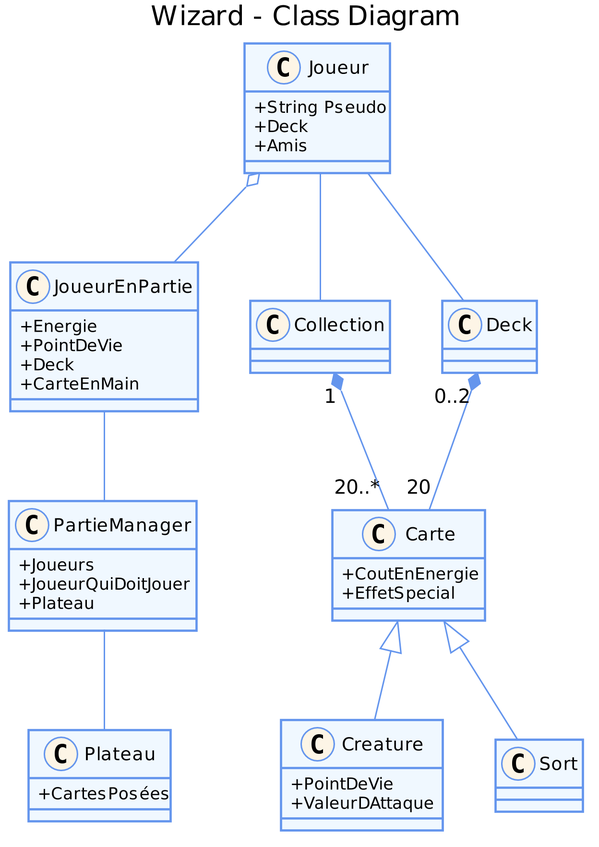
The PlantUML diagram uml_files/ClassDiagram.png in elishadrion/tetris, before a commit.
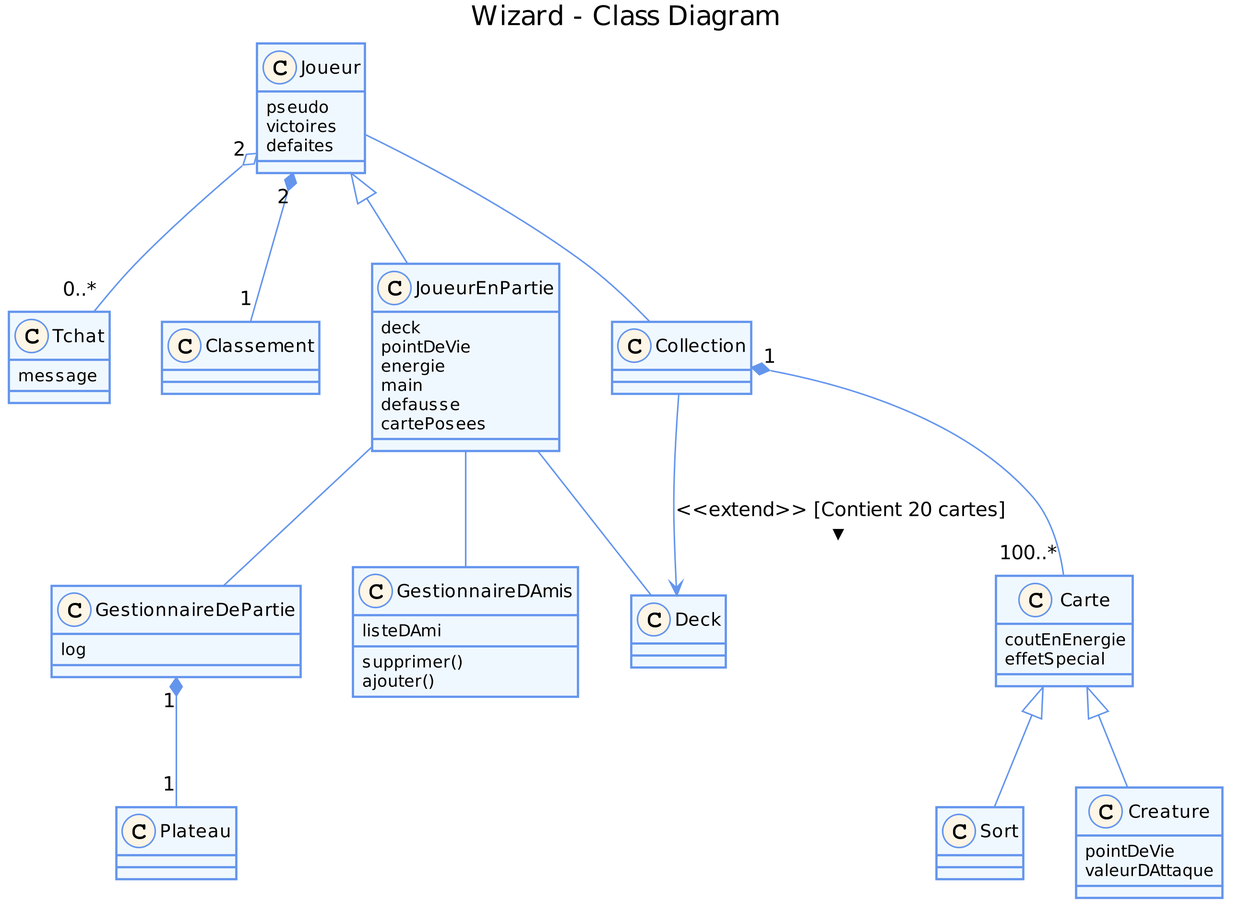
Above is the later version.

Commit message:
- Ajout de la partie de Amin - Ajout des diagrammes dans LaTeX - Ajout de mon matricule :P - Remplacement de ClassDiagram

What changed in the source:
```diff
@@ -1,5 +1,4 @@
 @startuml
-
 title Wizard - Class Diagram
 
 skinparam classAttributeIconSize 0
@@ -15,48 +14,75 @@
 }
 skinparam stereotypeCBackgroundColor OldLace
 
+class Tchat {
+  message
+}
+
+class Classement {
+}
 
 class Joueur {
-  +String Pseudo
-  +Deck
-  +Amis
-}
-class JoueurEnPartie {
-  +Energie
-  +PointDeVie
-  +Deck
-  +CarteEnMain
-}
-class Collection
-class Carte {
-  +CoutEnEnergie
-  +EffetSpecial
-}
-class Deck
-class Creature {
-  +PointDeVie
-  +ValeurDAttaque
-}
-class Sort
-class PartieManager {
-  +Joueurs
-  +JoueurQuiDoitJouer
-  +Plateau
-}
-class Plateau {
-  +CartesPosées
+  pseudo
+  victoires
+  defaites
 }
 
-Carte <|-down- Creature
-Carte <|-down- Sort
-PartieManager -- Plateau
-PartieManager -up- JoueurEnPartie
-Joueur -- Collection
-Joueur -- Deck
-Joueur o-down- JoueurEnPartie
+class GestionnaireDAmis {
+  listeDAmi
+  supprimer()
+  ajouter()
+}
 
-Deck "0..2" *-down- "20" Carte
-Collection "1" *-down- "20..*" Carte
+class JoueurEnPartie {
+  deck
+  pointDeVie
+  energie
+  main
+  defausse
+  cartePosees
+}
+
+class Deck {
+
+}
+
+class Collection {
+
+}
+
+class Carte {
+  coutEnEnergie
+  effetSpecial
+}
+
+class Creature {
+  pointDeVie
+  valeurDAttaque
+}
+
+class Sort {
+
+}
+
+class GestionnaireDePartie {
+  log
+}
+
+class Plateau {
+
+}
 
 
+Joueur "2" *-- "1" Classement
+Joueur "2" o-- "0..*" Tchat
+Joueur <|-- JoueurEnPartie
+JoueurEnPartie -- Deck
+JoueurEnPartie -- GestionnaireDAmis
+Joueur -- Collection
+Collection "1" *-- "100..*" Carte
+Collection --> Deck: <<extend>> [Contient 20 cartes] >
+Carte <|-- Creature
+Carte <|-- Sort
+JoueurEnPartie -- GestionnaireDePartie
+GestionnaireDePartie "1" *-- "1" Plateau
 @enduml
```
